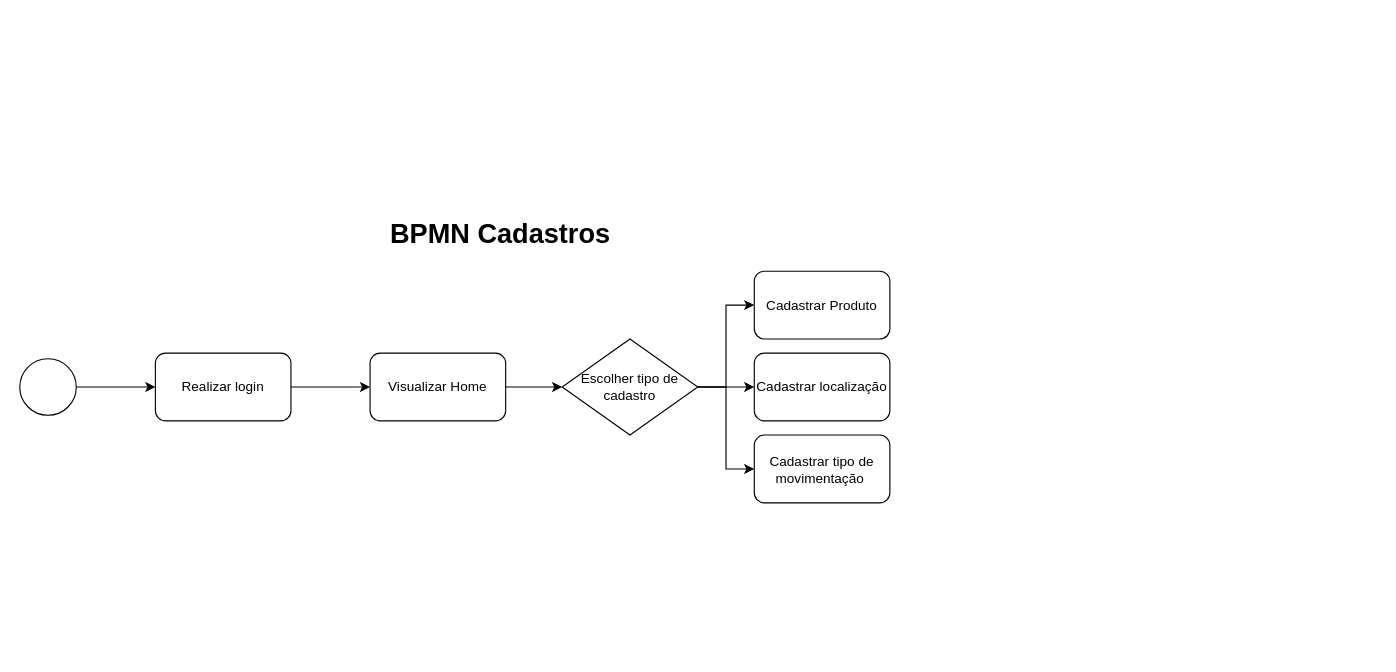
Earlier version of the draw.io diagram SistemaEstoqueTG.drawio (YasminSantos84/SistemaEstoqueTG). Source tidied: cells renumbered, new cells numbered last; positions are measured from the earlier drawing's top-left corner, leaving out a move shared by most shapes. Both pictures are drawn from the tidied source at 113%, with x=0, y=0 at pixel (19, 211).
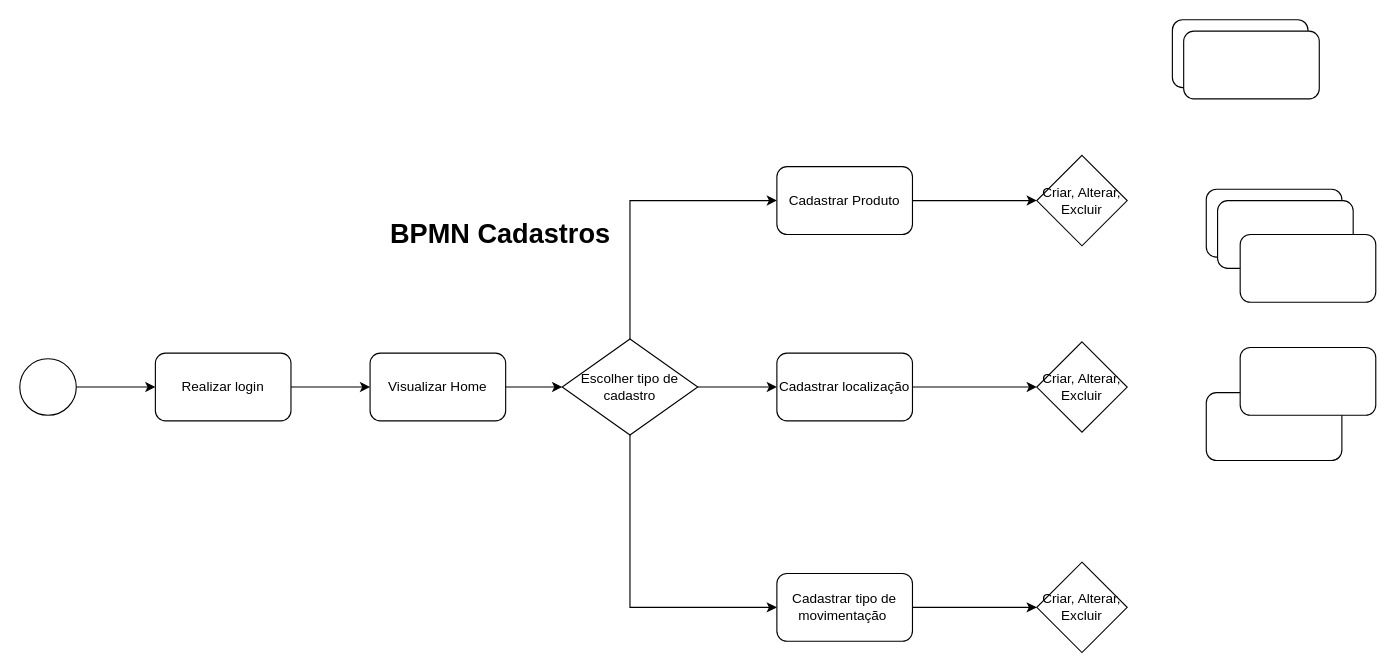
The same page after the edit.

Unchanged cells that the change refers to:
```xml
<mxCell id="12" value="Escolher tipo de cadastro" style="rhombus;whiteSpace=wrap;html=1;" parent="1" vertex="1">
  <mxGeometry x="480" y="112.5" width="120" height="85" as="geometry" />
</mxCell>
```

What changed in the source:
```diff
@@
+    <mxCell id="11" style="edgeStyle=orthogonalEdgeStyle;rounded=0;jettySize=auto;html=1;" parent="1" edge="1" source="12" target="15">
+      <mxGeometry relative="1" as="geometry">
+        <Array as="points">
+          <mxPoint x="540" y="-10" />
+        </Array>
+      </mxGeometry>
+    </mxCell>
-    <mxCell id="10" style="edgeStyle=orthogonalEdgeStyle;rounded=0;jettySize=auto;html=1;" parent="1" edge="1" source="12" target="13">
-      <mxGeometry relative="1" as="geometry" />
+    <mxCell id="10" style="edgeStyle=orthogonalEdgeStyle;rounded=0;jettySize=auto;html=1;entryX=0;entryY=0.5;entryDx=0;entryDy=0;" parent="1" edge="1" source="12" target="13">
+      <mxGeometry relative="1" as="geometry">
+        <Array as="points">
+          <mxPoint x="540" y="350" />
+        </Array>
+      </mxGeometry>
     </mxCell>
-    <mxCell id="11" style="edgeStyle=orthogonalEdgeStyle;rounded=0;jettySize=auto;html=1;" parent="1" edge="1" source="12" target="15">
-      <mxGeometry relative="1" as="geometry" />
-    </mxCell>
@@
+    <mxCell id="16" style="edgeStyle=orthogonalEdgeStyle;rounded=0;jettySize=auto;html=1;" parent="1" edge="1" source="13" target="21">
+      <mxGeometry relative="1" as="geometry" />
+    </mxCell>
     <mxCell id="13" value="Cadastrar tipo de movimentação&amp;nbsp;" style="rounded=1;whiteSpace=wrap;html=1;" parent="1" vertex="1">
-      <mxGeometry x="650" y="197.5" width="120" height="60" as="geometry" />
+      <mxGeometry x="670" y="320" width="120" height="60" as="geometry" />
     </mxCell>
+    <mxCell id="17" style="edgeStyle=orthogonalEdgeStyle;rounded=0;jettySize=auto;html=1;" parent="1" edge="1" source="14" target="20">
+      <mxGeometry relative="1" as="geometry" />
+    </mxCell>
     <mxCell id="14" value="Cadastrar localização" style="rounded=1;whiteSpace=wrap;html=1;" parent="1" vertex="1">
-      <mxGeometry x="650" y="125" width="120" height="60" as="geometry" />
+      <mxGeometry x="670" y="125" width="120" height="60" as="geometry" />
     </mxCell>
+    <mxCell id="18" style="edgeStyle=orthogonalEdgeStyle;rounded=0;jettySize=auto;html=1;" parent="1" edge="1" source="15" target="19">
+      <mxGeometry relative="1" as="geometry" />
+    </mxCell>
     <mxCell id="15" value="Cadastrar Produto" style="rounded=1;whiteSpace=wrap;html=1;" parent="1" vertex="1">
-      <mxGeometry x="650" y="52.5" width="120" height="60" as="geometry" />
+      <mxGeometry x="670" y="-40" width="120" height="60" as="geometry" />
     </mxCell>
+    <mxCell id="19" value="Criar, Alterar, Excluir" style="rhombus;whiteSpace=wrap;html=1;" parent="1" vertex="1">
+      <mxGeometry x="900" y="-50" width="80" height="80" as="geometry" />
+    </mxCell>
+    <mxCell id="20" value="Criar, Alterar, Excluir" style="rhombus;whiteSpace=wrap;html=1;" parent="1" vertex="1">
+      <mxGeometry x="900" y="115" width="80" height="80" as="geometry" />
+    </mxCell>
+    <mxCell id="21" value="Criar, Alterar, Excluir" style="rhombus;whiteSpace=wrap;html=1;" parent="1" vertex="1">
+      <mxGeometry x="900" y="310" width="80" height="80" as="geometry" />
+    </mxCell>
+    <mxCell id="22" style="rounded=1;whiteSpace=wrap;html=1;" parent="1" vertex="1">
+      <mxGeometry x="1020" y="-170" width="120" height="60" as="geometry" />
+    </mxCell>
+    <mxCell id="23" style="rounded=1;whiteSpace=wrap;html=1;" parent="1" vertex="1">
+      <mxGeometry x="1030" y="-160" width="120" height="60" as="geometry" />
+    </mxCell>
+    <mxCell id="24" style="rounded=1;whiteSpace=wrap;html=1;" parent="1" vertex="1">
+      <mxGeometry x="1050" y="160" width="120" height="60" as="geometry" />
+    </mxCell>
+    <mxCell id="25" style="rounded=1;whiteSpace=wrap;html=1;" parent="1" vertex="1">
+      <mxGeometry x="1050" y="-20" width="120" height="60" as="geometry" />
+    </mxCell>
+    <mxCell id="26" style="rounded=1;whiteSpace=wrap;html=1;" parent="1" vertex="1">
+      <mxGeometry x="1060" y="-10" width="120" height="60" as="geometry" />
+    </mxCell>
+    <mxCell id="27" style="rounded=1;whiteSpace=wrap;html=1;" parent="1" vertex="1">
+      <mxGeometry x="1080" y="20" width="120" height="60" as="geometry" />
+    </mxCell>
+    <mxCell id="28" style="rounded=1;whiteSpace=wrap;html=1;" parent="1" vertex="1">
+      <mxGeometry x="1080" y="120" width="120" height="60" as="geometry" />
+    </mxCell>
```
